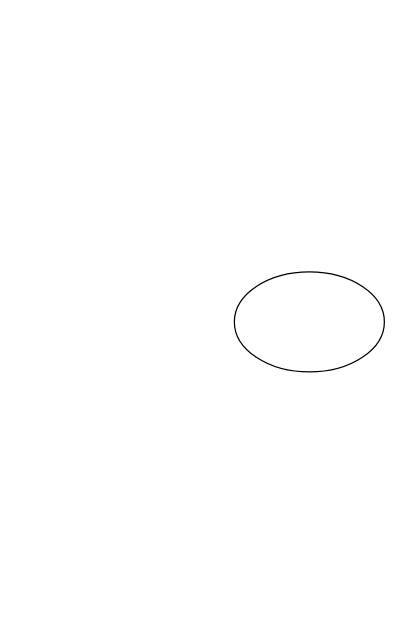
Earlier version of the draw.io diagram Untitled Diagram.drawio (huxinkan517/test). Source tidied: cells renumbered, new cells numbered last; positions are measured from the earlier drawing's top-left corner, leaving out a move shared by most shapes. Both pictures are drawn from the tidied source at 125%, with x=0, y=0 at pixel (234, 271).
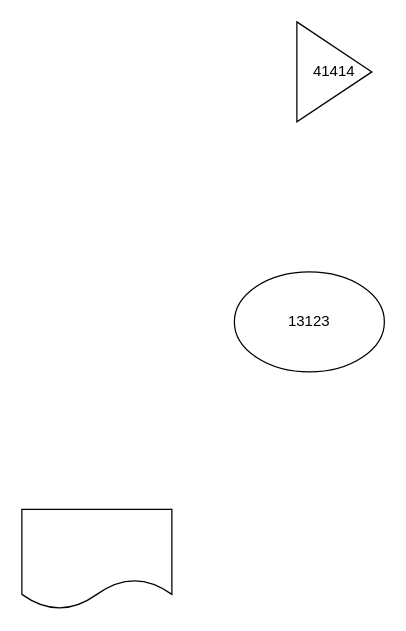
The same diagram, later.

Change to the diagram source:
```diff
@@
 <mxGraphModel>
   <root>
     <mxCell id="0" />
     <mxCell id="1" parent="0" />
-    <mxCell id="2" style="ellipse;whiteSpace=wrap;html=1;" parent="1" vertex="1">
+    <mxCell id="2" value="13123" style="ellipse;whiteSpace=wrap;html=1;" parent="1" vertex="1">
       <mxGeometry width="120" height="80" as="geometry" />
     </mxCell>
+    <mxCell id="3" value="41414" style="triangle;whiteSpace=wrap;html=1;" parent="1" vertex="1">
+      <mxGeometry x="50" y="-200" width="60" height="80" as="geometry" />
+    </mxCell>
+    <mxCell id="4" style="shape=document;whiteSpace=wrap;html=1;boundedLbl=1;" parent="1" vertex="1">
+      <mxGeometry x="-170" y="190" width="120" height="80" as="geometry" />
+    </mxCell>
   </root>
 </mxGraphModel>
```
